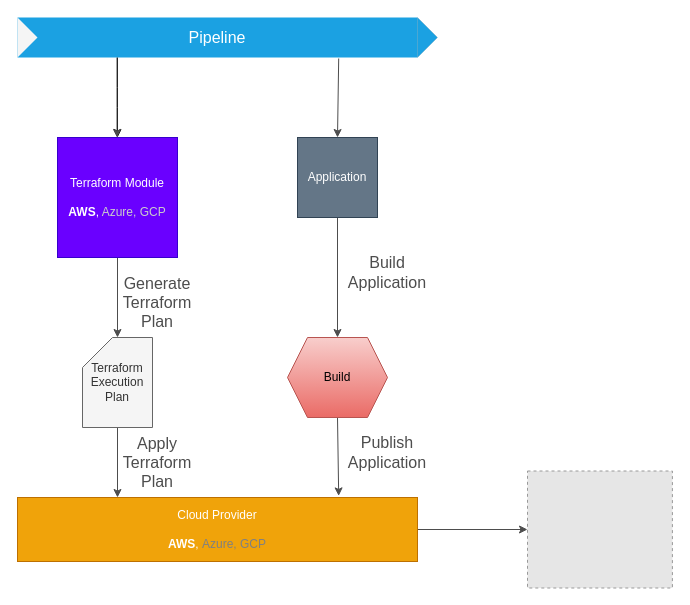
Above: diagrams/integration-solution.drawio in FabricioSouza88/xpe-pa-poc-terraform (draw.io), before the change. Source tidied: cells renumbered, new cells numbered last; positions are measured from the earlier drawing's top-left corner, leaving out a move shared by most shapes. Both pictures are drawn from the tidied source at 100%, with x=0, y=0 at pixel (17, 17). Pictures stored in the file or linked from it are replaced by grey dashed boxes.
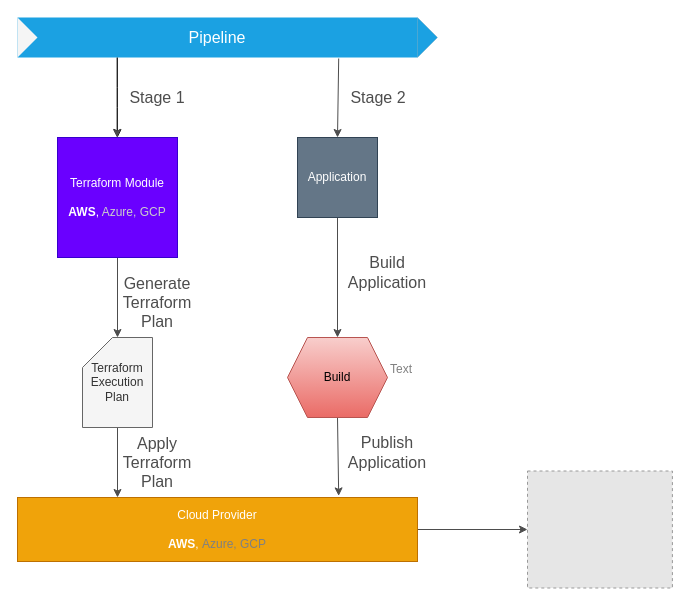
The same page after the edit.

Diff of the diagram source:
```diff
@@
+    <mxCell id="24" value="Text" style="text;html=1;strokeColor=none;fillColor=none;align=center;verticalAlign=middle;whiteSpace=wrap;rounded=0;fontColor=#808080;" parent="1" vertex="1">
+      <mxGeometry x="354" y="337" width="60" height="30" as="geometry" />
+    </mxCell>
+    <mxCell id="25" value="&lt;font color=&quot;#4d4d4d&quot;&gt;Stage 1&lt;/font&gt;" style="text;html=1;align=center;verticalAlign=middle;whiteSpace=wrap;rounded=0;fontSize=16;" parent="1" vertex="1">
+      <mxGeometry x="110" y="65" width="60" height="30" as="geometry" />
+    </mxCell>
+    <mxCell id="26" value="&lt;font color=&quot;#4d4d4d&quot;&gt;Stage 2&lt;/font&gt;" style="text;html=1;align=center;verticalAlign=middle;whiteSpace=wrap;rounded=0;fontSize=16;" parent="1" vertex="1">
+      <mxGeometry x="331" y="65" width="60" height="30" as="geometry" />
+    </mxCell>
```
